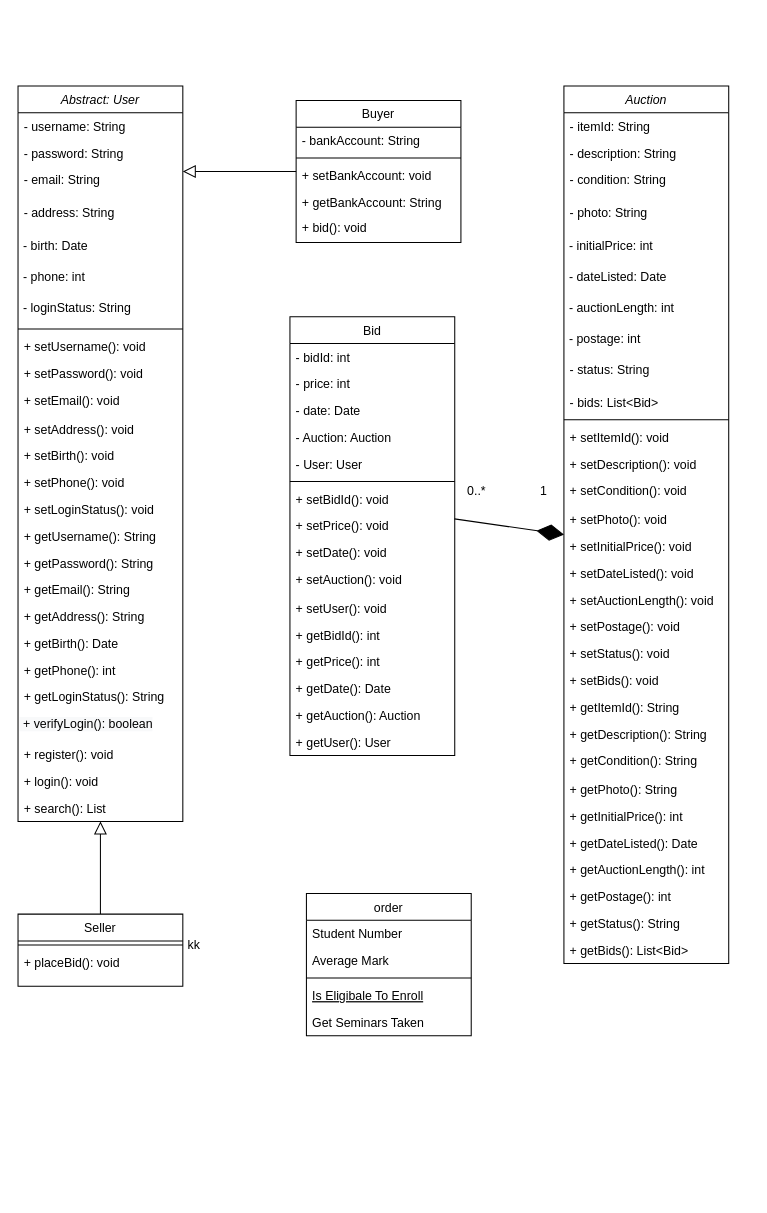
Earlier version of the draw.io diagram class Diagram.drawio (impulseoy/learnGit). Source tidied: cells renumbered, new cells numbered last; positions are measured from the earlier drawing's top-left corner, leaving out a move shared by most shapes. Both pictures are drawn from the tidied source at 103%, with x=0, y=0 at pixel (18, 85).
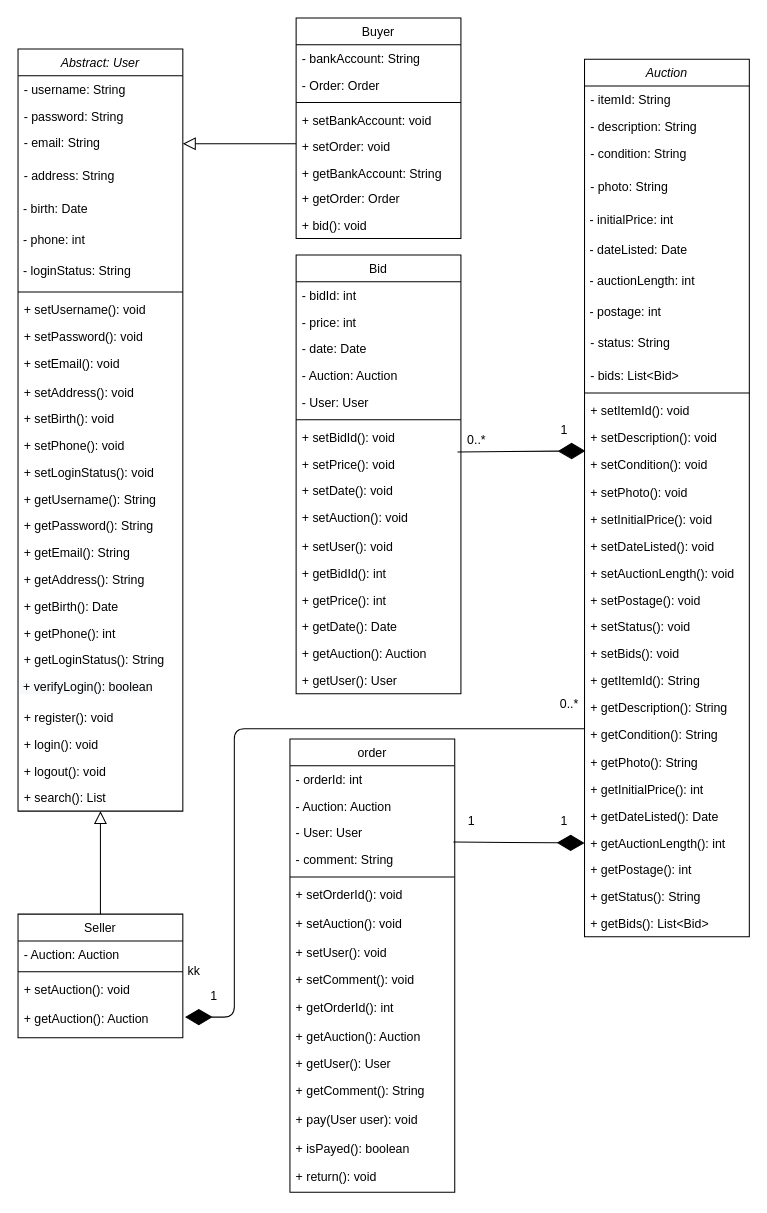
Above is the later version.

The change refers to these unchanged cells:
```xml
<mxCell id="53" value="+ setDescription(): void" style="text;align=left;verticalAlign=top;spacingLeft=4;spacingRight=4;overflow=hidden;points=[[0,0.5],[1,0.5]];portConstraint=eastwest;" parent="40" vertex="1">
  <mxGeometry y="354" width="160" height="26" as="geometry" />
</mxCell>
<mxCell id="56" value="+ setInitialPrice(): void" style="text;align=left;verticalAlign=top;spacingLeft=4;spacingRight=4;overflow=hidden;points=[[0,0.5],[1,0.5]];portConstraint=eastwest;" parent="40" vertex="1">
  <mxGeometry y="434" width="160" height="26" as="geometry" />
</mxCell>
<mxCell id="64" value="+ getCondition(): String" style="text;align=left;verticalAlign=top;spacingLeft=4;spacingRight=4;overflow=hidden;points=[[0,0.5],[1,0.5]];portConstraint=eastwest;" parent="40" vertex="1">
  <mxGeometry y="642" width="160" height="28" as="geometry" />
</mxCell>
<mxCell id="68" value="+ getAuctionLength(): int" style="text;align=left;verticalAlign=top;spacingLeft=4;spacingRight=4;overflow=hidden;points=[[0,0.5],[1,0.5]];portConstraint=eastwest;" parent="40" vertex="1">
  <mxGeometry y="748" width="160" height="26" as="geometry" />
</mxCell>
<mxCell id="86" value="+ setPrice(): void" style="text;align=left;verticalAlign=top;spacingLeft=4;spacingRight=4;overflow=hidden;points=[[0,0.5],[1,0.5]];portConstraint=eastwest;" parent="78" vertex="1">
  <mxGeometry y="190" width="160" height="26" as="geometry" />
</mxCell>
```

Diff of the diagram source:
```diff
@@
     <mxCell id="2" value="Abstract: User" style="swimlane;fontStyle=2;align=center;verticalAlign=top;horizontal=1;startSize=26;rounded=0;shadow=0;strokeWidth=1;" parent="1" vertex="1">
-      <mxGeometry width="160" height="714" as="geometry" />
+      <mxGeometry y="-36" width="160" height="740" as="geometry" />
     </mxCell>
@@
+    <mxCell id="98" value="+ logout(): void" style="text;align=left;verticalAlign=top;spacingLeft=4;spacingRight=4;overflow=hidden;" parent="2" vertex="1">
+      <mxGeometry y="688" width="160" height="26" as="geometry" />
+    </mxCell>
     <mxCell id="28" value="+ search(): List" style="text;align=left;verticalAlign=top;spacingLeft=4;spacingRight=4;overflow=hidden;" parent="2" vertex="1">
-      <mxGeometry y="688" width="160" height="26" as="geometry" />
+      <mxGeometry y="714" width="160" height="26" as="geometry" />
     </mxCell>
     <mxCell id="29" value="Buyer" style="swimlane;fontStyle=0;align=center;verticalAlign=top;horizontal=1;startSize=26;rounded=0;shadow=0;strokeWidth=1;" parent="1" vertex="1">
-      <mxGeometry x="270" y="14" width="160" height="138" as="geometry" />
+      <mxGeometry x="270" y="-66" width="160" height="214" as="geometry" />
     </mxCell>
@@
+    <mxCell id="99" value="- Order: Order" style="text;align=left;verticalAlign=top;spacingLeft=4;spacingRight=4;overflow=hidden;" parent="29" vertex="1">
+      <mxGeometry y="52" width="160" height="26" as="geometry" />
+    </mxCell>
     <mxCell id="31" style="line;html=1;strokeWidth=1;align=left;verticalAlign=middle;spacingTop=-1;spacingLeft=3;spacingRight=3;labelPosition=right;" parent="29" vertex="1">
-      <mxGeometry y="52" width="160" height="8" as="geometry" />
+      <mxGeometry y="78" width="160" height="8" as="geometry" />
     </mxCell>
     <mxCell id="32" value="+ setBankAccount: void" style="text;align=left;verticalAlign=top;spacingLeft=4;spacingRight=4;overflow=hidden;" parent="29" vertex="1">
-      <mxGeometry y="60" width="160" height="26" as="geometry" />
+      <mxGeometry y="86" width="160" height="26" as="geometry" />
     </mxCell>
+    <mxCell id="100" value="+ setOrder: void" style="text;align=left;verticalAlign=top;spacingLeft=4;spacingRight=4;overflow=hidden;" parent="29" vertex="1">
+      <mxGeometry y="112" width="160" height="26" as="geometry" />
+    </mxCell>
     <mxCell id="33" value="+ getBankAccount: String" style="text;align=left;verticalAlign=top;spacingLeft=4;spacingRight=4;overflow=hidden;" parent="29" vertex="1">
-      <mxGeometry y="86" width="160" height="24" as="geometry" />
+      <mxGeometry y="138" width="160" height="24" as="geometry" />
     </mxCell>
+    <mxCell id="101" value="+ getOrder: Order" style="text;align=left;verticalAlign=top;spacingLeft=4;spacingRight=4;overflow=hidden;" parent="29" vertex="1">
+      <mxGeometry y="162" width="160" height="26" as="geometry" />
+    </mxCell>
     <mxCell id="34" value="+ bid(): void" style="text;align=left;verticalAlign=top;spacingLeft=4;spacingRight=4;overflow=hidden;" parent="29" vertex="1">
-      <mxGeometry y="110" width="160" height="26" as="geometry" />
+      <mxGeometry y="188" width="160" height="26" as="geometry" />
     </mxCell>
@@
     <mxCell id="36" value="Seller" style="swimlane;fontStyle=0;align=center;verticalAlign=top;horizontal=1;startSize=26;rounded=0;shadow=0;strokeWidth=1;" parent="1" vertex="1">
-      <mxGeometry y="804" width="160" height="70" as="geometry" />
+      <mxGeometry y="804" width="160" height="120" as="geometry" />
     </mxCell>
+    <mxCell id="102" value="- Auction: Auction" style="text;align=left;verticalAlign=top;spacingLeft=4;spacingRight=4;overflow=hidden;" parent="36" vertex="1">
+      <mxGeometry y="26" width="160" height="26" as="geometry" />
+    </mxCell>
     <mxCell id="37" value="kk" style="line;html=1;strokeWidth=1;align=left;verticalAlign=middle;spacingTop=-1;spacingLeft=3;spacingRight=3;labelPosition=right;" parent="36" vertex="1">
-      <mxGeometry y="26" width="160" height="8" as="geometry" />
+      <mxGeometry y="52" width="160" height="8" as="geometry" />
     </mxCell>
-    <mxCell id="38" value="+ placeBid(): void" style="text;align=left;verticalAlign=top;spacingLeft=4;spacingRight=4;overflow=hidden;" parent="36" vertex="1">
-      <mxGeometry y="34" width="160" height="26" as="geometry" />
-    </mxCell>
+    <mxCell id="103" value="+ setAuction(): void" style="text;align=left;verticalAlign=top;spacingLeft=4;spacingRight=4;overflow=hidden;" parent="36" vertex="1">
+      <mxGeometry y="60" width="160" height="28" as="geometry" />
+    </mxCell>
+    <mxCell id="104" value="+ getAuction(): Auction" style="text;align=left;verticalAlign=top;spacingLeft=4;spacingRight=4;overflow=hidden;" parent="36" vertex="1">
+      <mxGeometry y="88" width="160" height="26" as="geometry" />
+    </mxCell>
@@
     <mxCell id="40" value="Auction" style="swimlane;fontStyle=2;align=center;verticalAlign=top;horizontal=1;startSize=26;rounded=0;shadow=0;strokeWidth=1;" parent="1" vertex="1">
-      <mxGeometry x="530" width="160" height="852" as="geometry" />
+      <mxGeometry x="550" y="-26" width="160" height="852" as="geometry" />
     </mxCell>
@@
     <mxCell id="72" value="order" style="swimlane;fontStyle=0;align=center;verticalAlign=top;horizontal=1;startSize=26;rounded=0;shadow=0;strokeWidth=1;" parent="1" vertex="1">
-      <mxGeometry x="280" y="784" width="160" height="138" as="geometry" />
+      <mxGeometry x="264" y="634" width="160" height="440" as="geometry" />
     </mxCell>
-    <mxCell id="73" value="Student Number" style="text;align=left;verticalAlign=top;spacingLeft=4;spacingRight=4;overflow=hidden;" parent="72" vertex="1">
-      <mxGeometry y="26" width="160" height="26" as="geometry" />
-    </mxCell>
-    <mxCell id="74" value="Average Mark" style="text;align=left;verticalAlign=top;spacingLeft=4;spacingRight=4;overflow=hidden;rounded=0;shadow=0;html=0;" parent="72" vertex="1">
-      <mxGeometry y="52" width="160" height="26" as="geometry" />
-    </mxCell>
+    <mxCell id="105" value="- orderId: int" style="text;align=left;verticalAlign=top;spacingLeft=4;spacingRight=4;overflow=hidden;" parent="72" vertex="1">
+      <mxGeometry y="26" width="160" height="26" as="geometry" />
+    </mxCell>
+    <mxCell id="106" value="- Auction: Auction" style="text;align=left;verticalAlign=top;spacingLeft=4;spacingRight=4;overflow=hidden;" parent="72" vertex="1">
+      <mxGeometry y="52" width="160" height="26" as="geometry" />
+    </mxCell>
+    <mxCell id="107" value="- User: User" style="text;align=left;verticalAlign=top;spacingLeft=4;spacingRight=4;overflow=hidden;" parent="72" vertex="1">
+      <mxGeometry y="78" width="160" height="26" as="geometry" />
+    </mxCell>
+    <mxCell id="108" value="- comment: String" style="text;align=left;verticalAlign=top;spacingLeft=4;spacingRight=4;overflow=hidden;" parent="72" vertex="1">
+      <mxGeometry y="104" width="160" height="26" as="geometry" />
+    </mxCell>
     <mxCell id="75" style="line;html=1;strokeWidth=1;align=left;verticalAlign=middle;spacingTop=-1;spacingLeft=3;spacingRight=3;labelPosition=right;" parent="72" vertex="1">
-      <mxGeometry y="78" width="160" height="8" as="geometry" />
+      <mxGeometry y="130" width="160" height="8" as="geometry" />
     </mxCell>
-    <mxCell id="76" value="Is Eligibale To Enroll" style="text;align=left;verticalAlign=top;spacingLeft=4;spacingRight=4;overflow=hidden;fontStyle=4;" parent="72" vertex="1">
-      <mxGeometry y="86" width="160" height="26" as="geometry" />
-    </mxCell>
-    <mxCell id="77" value="Get Seminars Taken" style="text;align=left;verticalAlign=top;spacingLeft=4;spacingRight=4;overflow=hidden;" parent="72" vertex="1">
-      <mxGeometry y="112" width="160" height="26" as="geometry" />
-    </mxCell>
+    <mxCell id="109" value="+ setOrderId(): void" style="text;align=left;verticalAlign=top;spacingLeft=4;spacingRight=4;overflow=hidden;" parent="72" vertex="1">
+      <mxGeometry y="138" width="160" height="28" as="geometry" />
+    </mxCell>
+    <mxCell id="110" value="+ setAuction(): void" style="text;align=left;verticalAlign=top;spacingLeft=4;spacingRight=4;overflow=hidden;" parent="72" vertex="1">
+      <mxGeometry y="166" width="160" height="28" as="geometry" />
+    </mxCell>
+    <mxCell id="111" value="+ setUser(): void" style="text;align=left;verticalAlign=top;spacingLeft=4;spacingRight=4;overflow=hidden;" parent="72" vertex="1">
+      <mxGeometry y="194" width="160" height="26" as="geometry" />
+    </mxCell>
+    <mxCell id="112" value="+ setComment(): void" style="text;align=left;verticalAlign=top;spacingLeft=4;spacingRight=4;overflow=hidden;" parent="72" vertex="1">
+      <mxGeometry y="220" width="160" height="28" as="geometry" />
+    </mxCell>
+    <mxCell id="113" value="+ getOrderId(): int" style="text;align=left;verticalAlign=top;spacingLeft=4;spacingRight=4;overflow=hidden;" parent="72" vertex="1">
+      <mxGeometry y="248" width="160" height="28" as="geometry" />
+    </mxCell>
+    <mxCell id="114" value="+ getAuction(): Auction" style="text;align=left;verticalAlign=top;spacingLeft=4;spacingRight=4;overflow=hidden;" parent="72" vertex="1">
+      <mxGeometry y="276" width="160" height="26" as="geometry" />
+    </mxCell>
+    <mxCell id="115" value="+ getUser(): User" style="text;align=left;verticalAlign=top;spacingLeft=4;spacingRight=4;overflow=hidden;" parent="72" vertex="1">
+      <mxGeometry y="302" width="160" height="26" as="geometry" />
+    </mxCell>
+    <mxCell id="116" value="+ getComment(): String" style="text;align=left;verticalAlign=top;spacingLeft=4;spacingRight=4;overflow=hidden;" parent="72" vertex="1">
+      <mxGeometry y="328" width="160" height="28" as="geometry" />
+    </mxCell>
+    <mxCell id="117" value="+ pay(User user): void&#10;" style="text;align=left;verticalAlign=top;spacingLeft=4;spacingRight=4;overflow=hidden;" parent="72" vertex="1">
+      <mxGeometry y="356" width="160" height="28" as="geometry" />
+    </mxCell>
+    <mxCell id="118" value="+ isPayed(): boolean&#10;" style="text;align=left;verticalAlign=top;spacingLeft=4;spacingRight=4;overflow=hidden;" parent="72" vertex="1">
+      <mxGeometry y="384" width="160" height="28" as="geometry" />
+    </mxCell>
+    <mxCell id="119" value="+ return(): void" style="text;align=left;verticalAlign=top;spacingLeft=4;spacingRight=4;overflow=hidden;" parent="72" vertex="1">
+      <mxGeometry y="412" width="160" height="28" as="geometry" />
+    </mxCell>
     <mxCell id="78" value="Bid" style="swimlane;fontStyle=0;align=center;verticalAlign=top;horizontal=1;startSize=26;rounded=0;shadow=0;strokeWidth=1;" parent="1" vertex="1">
-      <mxGeometry x="264" y="224" width="160" height="426" as="geometry" />
+      <mxGeometry x="270" y="164" width="160" height="426" as="geometry" />
     </mxCell>
@@
-    <mxCell id="95" style="endArrow=diamondThin;endFill=1;endSize=24;html=1;exitX=0.998;exitY=0.241;exitDx=0;exitDy=0;exitPerimeter=0;" parent="1" edge="1" source="86" target="56">
+    <mxCell id="95" style="endArrow=diamondThin;endFill=1;endSize=24;html=1;exitX=0.979;exitY=0.051;exitDx=0;exitDy=0;exitPerimeter=0;entryX=0.006;entryY=1.01;entryDx=0;entryDy=0;entryPerimeter=0;" parent="1" edge="1" source="86" target="53">
       <mxGeometry relative="1" as="geometry" />
     </mxCell>
     <mxCell id="96" value="1" style="text;html=1;align=center;verticalAlign=middle;" parent="1" vertex="1">
-      <mxGeometry x="500" y="384" width="20" height="20" as="geometry" />
+      <mxGeometry x="520" y="324" width="20" height="20" as="geometry" />
     </mxCell>
     <mxCell id="97" value="0..*" style="text;html=1;align=center;verticalAlign=middle;" parent="1" vertex="1">
-      <mxGeometry x="430" y="384" width="30" height="20" as="geometry" />
+      <mxGeometry x="430" y="334" width="30" height="20" as="geometry" />
     </mxCell>
+    <mxCell id="120" style="endArrow=diamondThin;endFill=1;endSize=24;html=1;exitX=0.998;exitY=0.241;exitDx=0;exitDy=0;exitPerimeter=0;entryX=0;entryY=0.5;entryDx=0;entryDy=0;" parent="1" edge="1" target="68">
+      <mxGeometry relative="1" as="geometry">
+        <mxPoint x="422.7" y="734" as="sourcePoint" />
+      </mxGeometry>
+    </mxCell>
+    <mxCell id="121" value="1" style="text;html=1;align=center;verticalAlign=middle;" parent="1" vertex="1">
+      <mxGeometry x="520" y="704" width="20" height="20" as="geometry" />
+    </mxCell>
+    <mxCell id="122" value="1" style="text;html=1;align=center;verticalAlign=middle;" parent="1" vertex="1">
+      <mxGeometry x="430" y="704" width="20" height="20" as="geometry" />
+    </mxCell>
+    <mxCell id="123" style="endArrow=diamondThin;endFill=1;endSize=24;html=1;exitX=0;exitY=0.286;exitDx=0;exitDy=0;exitPerimeter=0;" parent="1" edge="1" source="64">
+      <mxGeometry relative="1" as="geometry">
+        <mxPoint x="162" y="904" as="targetPoint" />
+        <Array as="points">
+          <mxPoint x="210" y="624" />
+          <mxPoint x="210" y="904" />
+        </Array>
+      </mxGeometry>
+    </mxCell>
+    <mxCell id="124" value="1" style="text;html=1;align=center;verticalAlign=middle;" parent="1" vertex="1">
+      <mxGeometry x="180" y="874" width="20" height="20" as="geometry" />
+    </mxCell>
+    <mxCell id="125" value="0..*" style="text;html=1;align=center;verticalAlign=middle;" parent="1" vertex="1">
+      <mxGeometry x="520" y="590" width="30" height="20" as="geometry" />
+    </mxCell>
```
